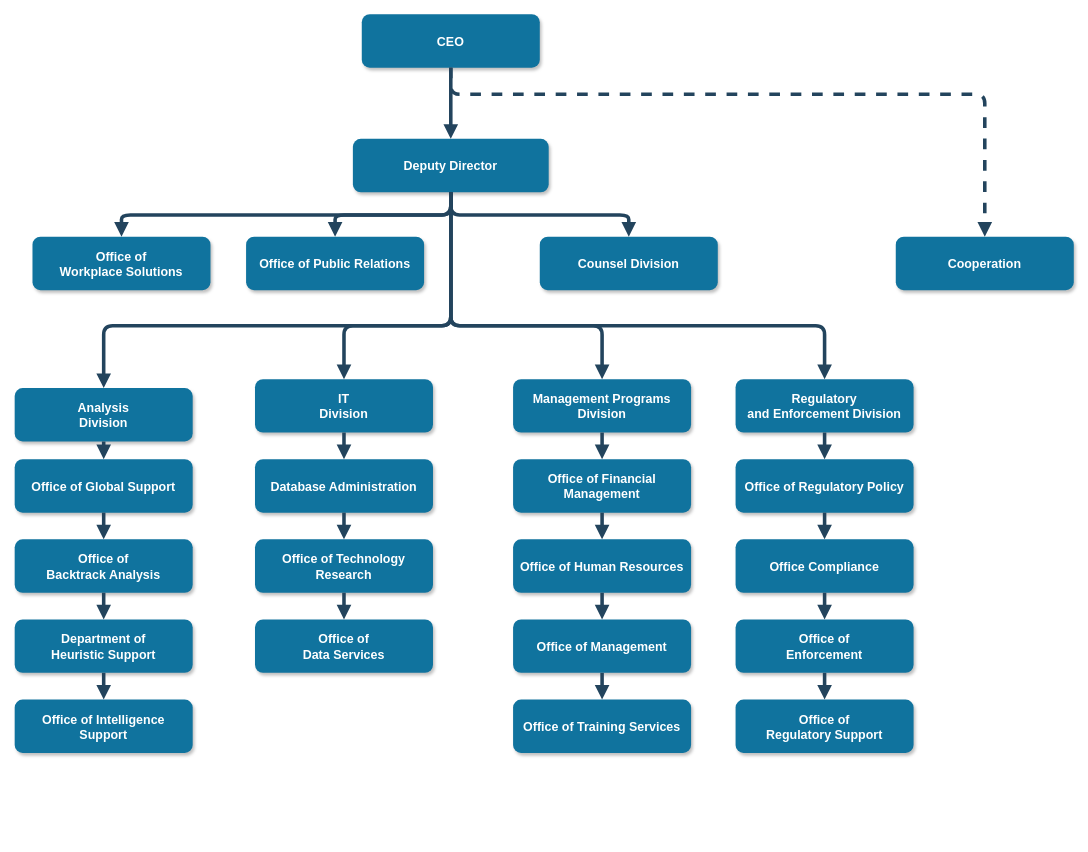
Before: demo/demo.drawio in leeonon/draw, a draw.io diagram. Source tidied: cells renumbered, new cells numbered last; positions are measured from the earlier drawing's top-left corner, leaving out a move shared by most shapes. Both pictures are drawn from the tidied source at 89%, with x=0, y=0 at pixel (14, 14).
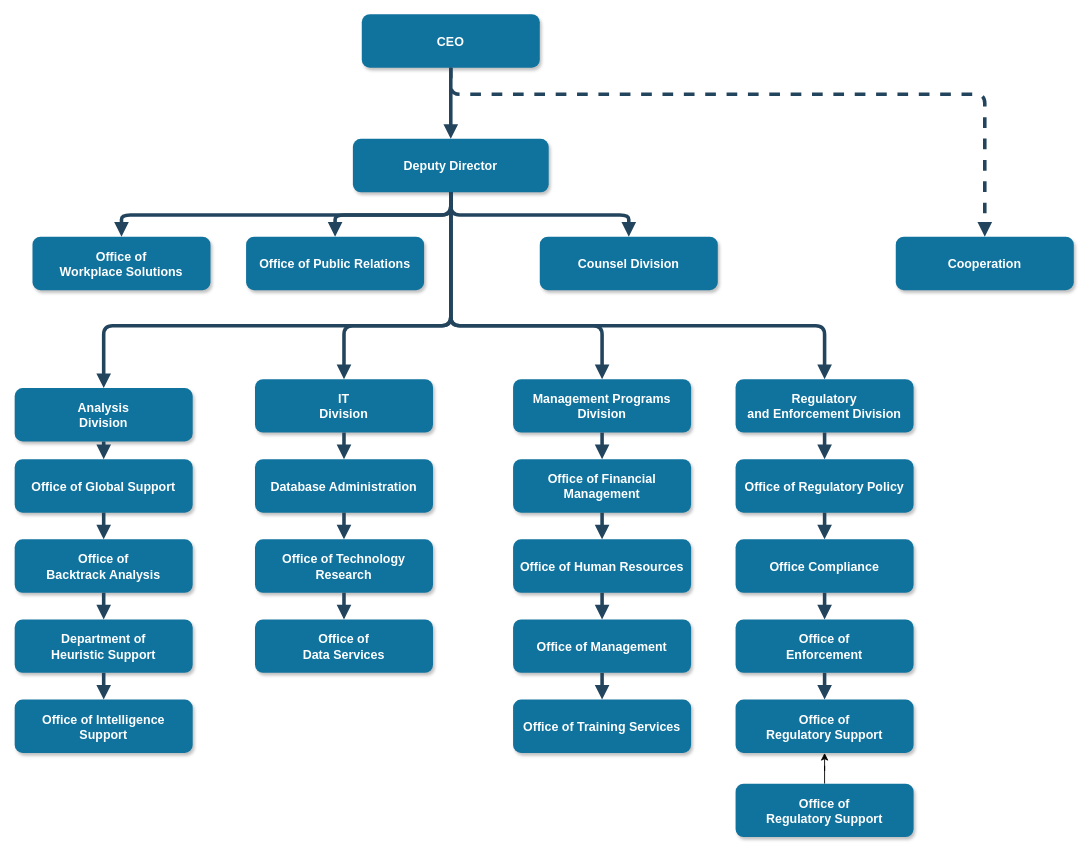
Above is the later version.

Unchanged cells that the change refers to:
```xml
<mxCell id="26" value="Office of&#10; Regulatory Support" style="rounded=1;fillColor=#10739E;strokeColor=none;shadow=1;gradientColor=none;fontStyle=1;fontColor=#FFFFFF;fontSize=14;" parent="1" vertex="1">
  <mxGeometry x="810" y="769.5" width="200" height="60" as="geometry" />
</mxCell>
```

Diff of the diagram source:
```diff
@@
+    <mxCell id="51" style="edgeStyle=orthogonalEdgeStyle;rounded=0;jettySize=auto;html=1;" parent="1" edge="1" source="52" target="26">
+      <mxGeometry relative="1" as="geometry" />
+    </mxCell>
+    <mxCell id="52" value="Office of&#10; Regulatory Support" style="rounded=1;fillColor=#10739E;strokeColor=none;shadow=1;gradientColor=none;fontStyle=1;fontColor=#FFFFFF;fontSize=14;" parent="1" vertex="1">
+      <mxGeometry x="810" y="864" width="200" height="60" as="geometry" />
+    </mxCell>
```
